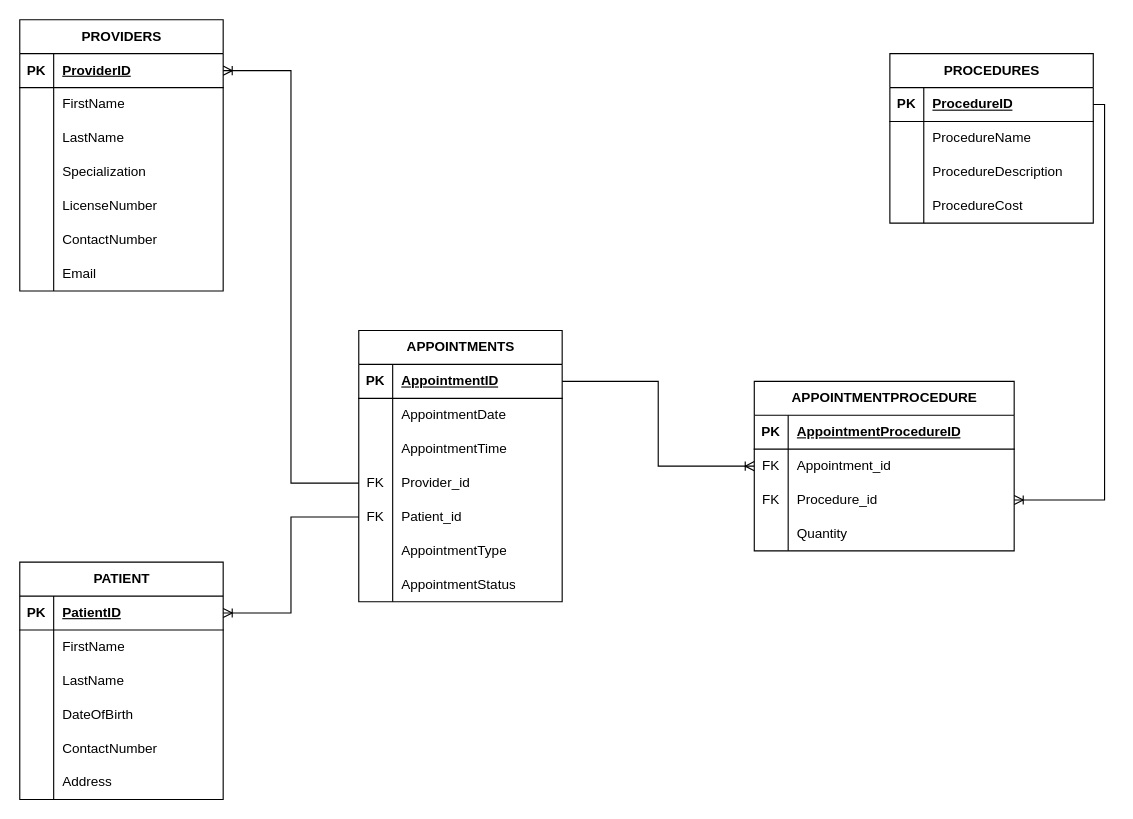
The draw.io diagram page "Normalized ModelCapstone" (6 of 7) of SP703.drawio in vinsanity2022/ERD_SP703, before the edit. Source tidied: cells renumbered, new cells numbered last; positions are measured from the earlier drawing's top-left corner, leaving out a move shared by most shapes. Both pictures are drawn from the tidied source at 113%, with x=0, y=0 at pixel (19, 19).
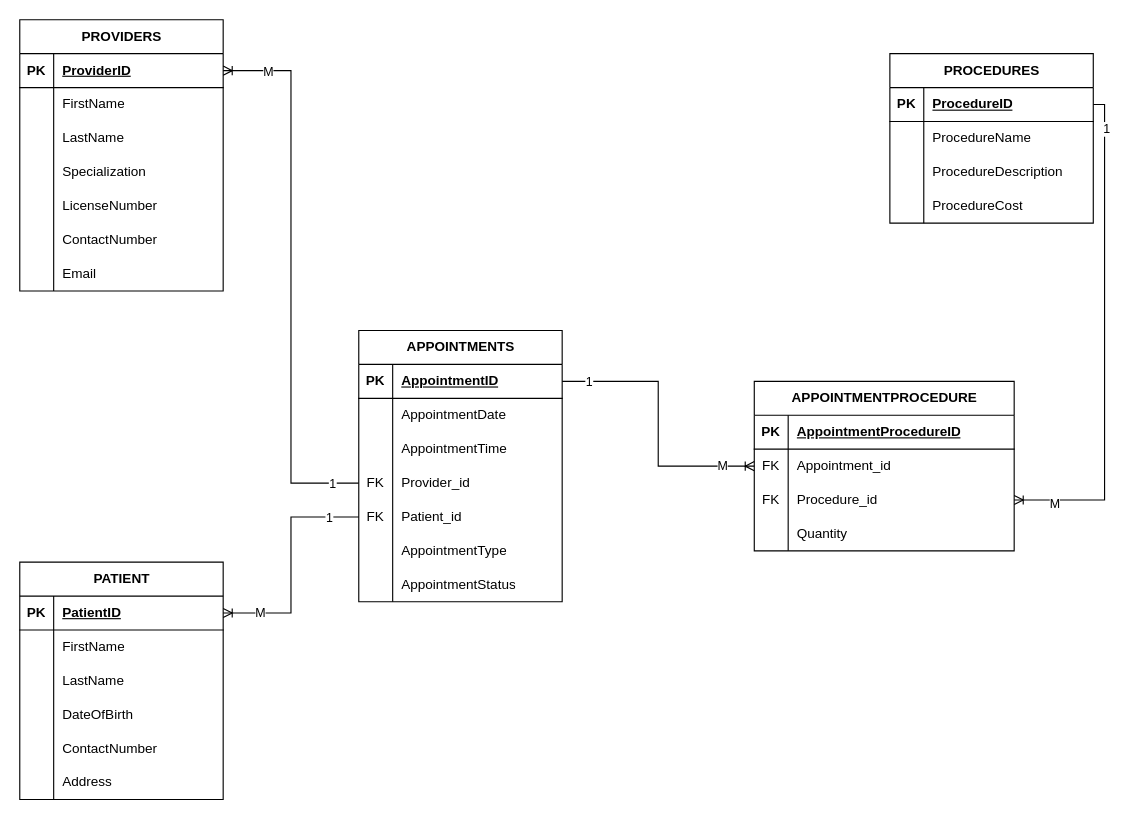
Above is the later version.

Unchanged cells that the change refers to:
```xml
<mxCell id="78" style="edgeStyle=orthogonalEdgeStyle;fontSize=12;html=1;endArrow=ERoneToMany;rounded=0;exitX=0;exitY=0.5;exitDx=0;exitDy=0;entryX=1;entryY=0.5;entryDx=0;entryDy=0;" parent="1" edge="1" source="69" target="38">
  <mxGeometry relative="1" as="geometry" />
</mxCell>
<mxCell id="79" style="edgeStyle=orthogonalEdgeStyle;fontSize=12;html=1;endArrow=ERoneToMany;rounded=0;exitX=0;exitY=0.5;exitDx=0;exitDy=0;entryX=1;entryY=0.5;entryDx=0;entryDy=0;" parent="1" edge="1" source="66" target="16">
  <mxGeometry relative="1" as="geometry" />
</mxCell>
<mxCell id="93" style="edgeStyle=orthogonalEdgeStyle;fontSize=12;html=1;endArrow=ERoneToMany;rounded=0;exitX=1;exitY=0.5;exitDx=0;exitDy=0;entryX=0;entryY=0.5;entryDx=0;entryDy=0;" parent="1" edge="1" source="57" target="84">
  <mxGeometry relative="1" as="geometry" />
</mxCell>
<mxCell id="94" style="edgeStyle=orthogonalEdgeStyle;fontSize=12;html=1;endArrow=ERoneToMany;rounded=0;exitX=1;exitY=0.5;exitDx=0;exitDy=0;" parent="1" edge="1" source="3" target="87">
  <mxGeometry relative="1" as="geometry" />
</mxCell>
```

What changed in the source:
```diff
@@
+    <mxCell id="95" value="M" style="edgeLabel;html=1;align=center;verticalAlign=middle;" parent="78" vertex="1">
+      <mxGeometry x="0.69" y="-1" relative="1" as="geometry" />
+    </mxCell>
+    <mxCell id="96" value="1" style="edgeLabel;html=1;align=center;verticalAlign=middle;" parent="78" vertex="1">
+      <mxGeometry x="-0.74" relative="1" as="geometry" />
+    </mxCell>
@@
+    <mxCell id="97" value="1" style="edgeLabel;html=1;align=center;verticalAlign=middle;" parent="79" vertex="1">
+      <mxGeometry x="-0.9" relative="1" as="geometry" />
+    </mxCell>
+    <mxCell id="98" value="M" style="edgeLabel;html=1;align=center;verticalAlign=middle;" parent="79" vertex="1">
+      <mxGeometry x="0.84" relative="1" as="geometry" />
+    </mxCell>
@@
+    <mxCell id="99" value="1" style="edgeLabel;html=1;align=center;verticalAlign=middle;" parent="93" vertex="1">
+      <mxGeometry x="-0.81" relative="1" as="geometry" />
+    </mxCell>
+    <mxCell id="100" value="M" style="edgeLabel;html=1;align=center;verticalAlign=middle;" parent="93" vertex="1">
+      <mxGeometry x="0.76" y="1" relative="1" as="geometry" />
+    </mxCell>
@@
+    <mxCell id="101" value="M" style="edgeLabel;html=1;align=center;verticalAlign=middle;" parent="94" vertex="1">
+      <mxGeometry x="0.84" y="3" relative="1" as="geometry" />
+    </mxCell>
+    <mxCell id="102" value="1" style="edgeLabel;html=1;align=center;verticalAlign=middle;" parent="94" vertex="1">
+      <mxGeometry x="-0.86" y="1" relative="1" as="geometry" />
+    </mxCell>
```
